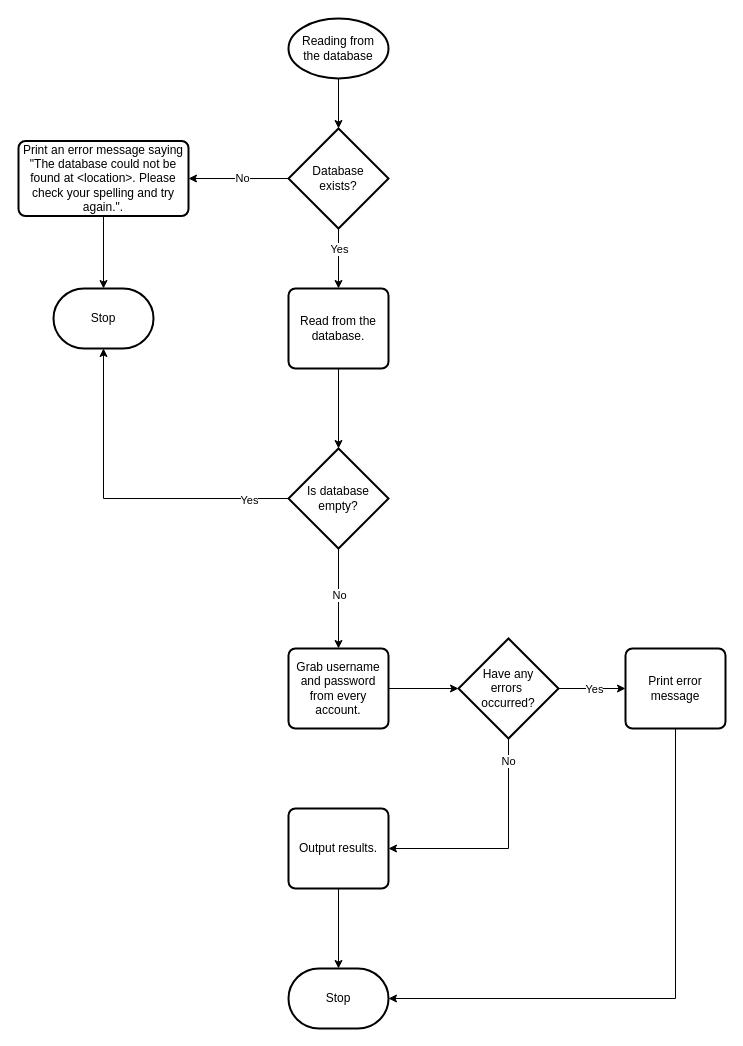
The draw.io diagram doc/design/database.drawio in gelos-team/gelos-simple-login, before the edit. Source tidied: cells renumbered, new cells numbered last; positions are measured from the earlier drawing's top-left corner, leaving out a move shared by most shapes. Both pictures are drawn from the tidied source at 100%, with x=0, y=0 at pixel (18, 18).
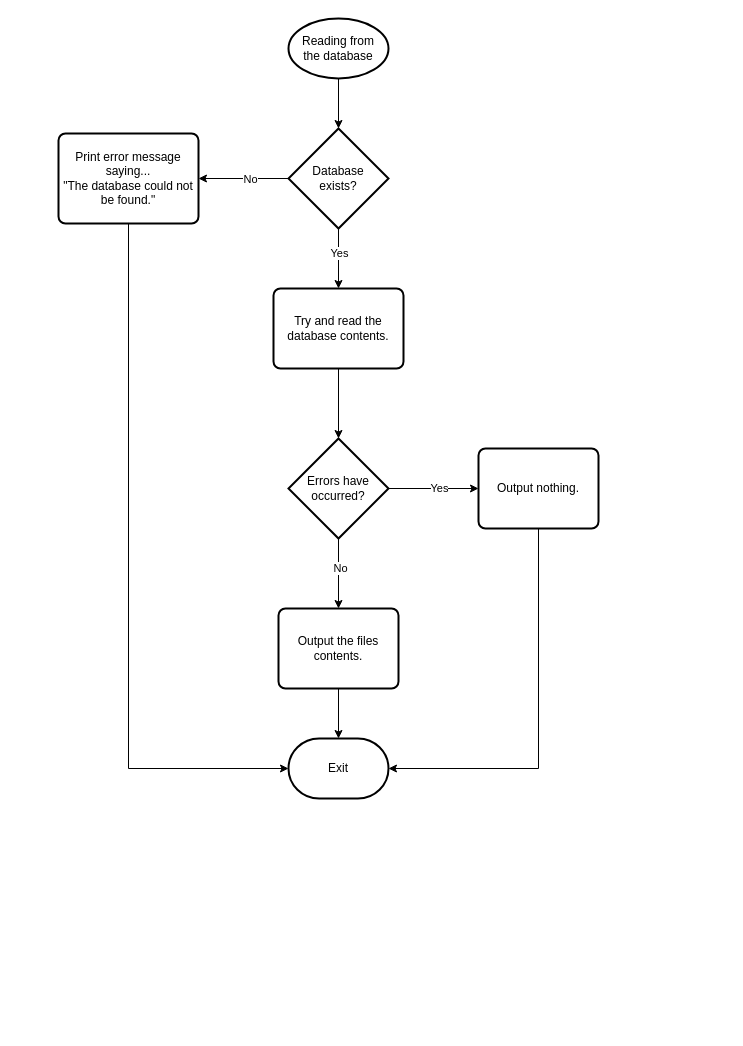
After the change.

Commit message (it also covers changes not shown here):
Modified the DatabaseManager class to read the database as regular text.

The change refers to these unchanged cells:
```xml
<mxCell id="7" value="Database&lt;div&gt;exists?&lt;/div&gt;" style="strokeWidth=2;html=1;shape=mxgraph.flowchart.decision;whiteSpace=wrap;" parent="1" vertex="1">
  <mxGeometry x="270" y="110" width="100" height="100" as="geometry" />
</mxCell>
```

Change to the diagram source:
```diff
@@
-    <mxCell id="3" style="edgeStyle=orthogonalEdgeStyle;rounded=0;jettySize=auto;html=1;exitX=0;exitY=0.5;exitDx=0;exitDy=0;exitPerimeter=0;entryX=1;entryY=0.5;entryDx=0;entryDy=0;" parent="1" edge="1" source="7" target="8">
-      <mxGeometry relative="1" as="geometry" />
-    </mxCell>
-    <mxCell id="4" value="No" style="edgeLabel;html=1;align=center;verticalAlign=middle;" parent="3" vertex="1">
-      <mxGeometry x="-0.06" y="-1" relative="1" as="geometry" />
-    </mxCell>
-    <mxCell id="5" style="edgeStyle=orthogonalEdgeStyle;rounded=0;jettySize=auto;html=1;exitX=0.5;exitY=1;exitDx=0;exitDy=0;exitPerimeter=0;entryX=0.5;entryY=0;entryDx=0;entryDy=0;" parent="1" edge="1" source="7" target="11">
-      <mxGeometry relative="1" as="geometry" />
-    </mxCell>
-    <mxCell id="6" value="Yes" style="edgeLabel;html=1;align=center;verticalAlign=middle;" parent="5" vertex="1">
-      <mxGeometry x="-0.33" y="-1" relative="1" as="geometry">
-        <mxPoint x="1" as="offset" />
-      </mxGeometry>
-    </mxCell>
+    <mxCell id="31" style="edgeStyle=orthogonalEdgeStyle;rounded=0;jettySize=auto;html=1;exitX=0;exitY=0.5;exitDx=0;exitDy=0;exitPerimeter=0;entryX=1;entryY=0.5;entryDx=0;entryDy=0;" parent="1" edge="1" source="7" target="35">
+      <mxGeometry relative="1" as="geometry" />
+    </mxCell>
+    <mxCell id="32" value="No" style="edgeLabel;html=1;align=center;verticalAlign=middle;" parent="31" vertex="1">
+      <mxGeometry x="-0.05" y="-1" relative="1" as="geometry">
+        <mxPoint x="4" y="1" as="offset" />
+      </mxGeometry>
+    </mxCell>
+    <mxCell id="33" style="edgeStyle=orthogonalEdgeStyle;rounded=0;jettySize=auto;html=1;exitX=0.5;exitY=1;exitDx=0;exitDy=0;exitPerimeter=0;entryX=0.5;entryY=0;entryDx=0;entryDy=0;" parent="1" edge="1" source="7" target="36">
+      <mxGeometry relative="1" as="geometry" />
+    </mxCell>
+    <mxCell id="34" value="Yes" style="edgeLabel;html=1;align=center;verticalAlign=middle;" parent="33" vertex="1">
+      <mxGeometry x="-0.21" y="-1" relative="1" as="geometry">
+        <mxPoint x="1" as="offset" />
+      </mxGeometry>
+    </mxCell>
@@
-    <mxCell id="8" value="Print an error message saying&lt;div&gt;&quot;The database could not be found at &amp;lt;location&amp;gt;. Please check your spelling and try again.&quot;.&lt;/div&gt;" style="rounded=1;whiteSpace=wrap;html=1;absoluteArcSize=1;arcSize=14;strokeWidth=2;" parent="1" vertex="1">
-      <mxGeometry y="122.5" width="170" height="75" as="geometry" />
-    </mxCell>
-    <mxCell id="9" value="Stop" style="strokeWidth=2;html=1;shape=mxgraph.flowchart.terminator;whiteSpace=wrap;" parent="1" vertex="1">
-      <mxGeometry x="35" y="270" width="100" height="60" as="geometry" />
-    </mxCell>
-    <mxCell id="10" style="edgeStyle=orthogonalEdgeStyle;rounded=0;jettySize=auto;html=1;exitX=0.5;exitY=1;exitDx=0;exitDy=0;entryX=0.5;entryY=0;entryDx=0;entryDy=0;entryPerimeter=0;" parent="1" edge="1" source="8" target="9">
-      <mxGeometry relative="1" as="geometry" />
-    </mxCell>
-    <mxCell id="11" value="Read from the&lt;div&gt;database.&lt;/div&gt;" style="rounded=1;whiteSpace=wrap;html=1;absoluteArcSize=1;arcSize=14;strokeWidth=2;" parent="1" vertex="1">
-      <mxGeometry x="270" y="270" width="100" height="80" as="geometry" />
-    </mxCell>
@@
-    <mxCell id="13" style="edgeStyle=orthogonalEdgeStyle;rounded=0;jettySize=auto;html=1;exitX=0.5;exitY=1;exitDx=0;exitDy=0;exitPerimeter=0;entryX=0.5;entryY=0;entryDx=0;entryDy=0;" parent="1" edge="1" source="15" target="19">
-      <mxGeometry relative="1" as="geometry" />
-    </mxCell>
-    <mxCell id="14" value="No" style="edgeLabel;html=1;align=center;verticalAlign=middle;" parent="13" vertex="1">
-      <mxGeometry x="-0.08" relative="1" as="geometry" />
-    </mxCell>
-    <mxCell id="15" value="Is database&lt;div&gt;empty?&lt;/div&gt;" style="strokeWidth=2;html=1;shape=mxgraph.flowchart.decision;whiteSpace=wrap;" parent="1" vertex="1">
-      <mxGeometry x="270" y="430" width="100" height="100" as="geometry" />
-    </mxCell>
-    <mxCell id="16" style="edgeStyle=orthogonalEdgeStyle;rounded=0;jettySize=auto;html=1;exitX=0;exitY=0.5;exitDx=0;exitDy=0;exitPerimeter=0;entryX=0.5;entryY=1;entryDx=0;entryDy=0;entryPerimeter=0;" parent="1" edge="1" source="15" target="9">
-      <mxGeometry relative="1" as="geometry" />
-    </mxCell>
-    <mxCell id="17" value="Yes" style="edgeLabel;html=1;align=center;verticalAlign=middle;" parent="16" vertex="1">
-      <mxGeometry x="-0.76" y="1" relative="1" as="geometry" />
-    </mxCell>
-    <mxCell id="18" style="edgeStyle=orthogonalEdgeStyle;rounded=0;jettySize=auto;html=1;exitX=0.5;exitY=1;exitDx=0;exitDy=0;entryX=0.5;entryY=0;entryDx=0;entryDy=0;entryPerimeter=0;" parent="1" edge="1" source="11" target="15">
-      <mxGeometry relative="1" as="geometry" />
-    </mxCell>
-    <mxCell id="19" value="Grab username and password from every account." style="rounded=1;whiteSpace=wrap;html=1;absoluteArcSize=1;arcSize=14;strokeWidth=2;" parent="1" vertex="1">
-      <mxGeometry x="270" y="630" width="100" height="80" as="geometry" />
-    </mxCell>
-    <mxCell id="20" style="edgeStyle=orthogonalEdgeStyle;rounded=0;jettySize=auto;html=1;exitX=0.5;exitY=1;exitDx=0;exitDy=0;exitPerimeter=0;entryX=1;entryY=0.5;entryDx=0;entryDy=0;" parent="1" edge="1" source="24" target="26">
-      <mxGeometry relative="1" as="geometry" />
-    </mxCell>
-    <mxCell id="21" value="No" style="edgeLabel;html=1;align=center;verticalAlign=middle;" parent="20" vertex="1">
-      <mxGeometry x="-0.81" y="-1" relative="1" as="geometry" />
-    </mxCell>
-    <mxCell id="22" style="edgeStyle=orthogonalEdgeStyle;rounded=0;jettySize=auto;html=1;exitX=1;exitY=0.5;exitDx=0;exitDy=0;exitPerimeter=0;entryX=0;entryY=0.5;entryDx=0;entryDy=0;" parent="1" edge="1" source="24" target="29">
-      <mxGeometry relative="1" as="geometry" />
-    </mxCell>
-    <mxCell id="23" value="Yes" style="edgeLabel;html=1;align=center;verticalAlign=middle;" parent="22" vertex="1">
-      <mxGeometry x="0.04" relative="1" as="geometry" />
-    </mxCell>
-    <mxCell id="24" value="Have any&lt;div&gt;errors&amp;nbsp;&lt;/div&gt;&lt;div&gt;occurred?&lt;/div&gt;" style="strokeWidth=2;html=1;shape=mxgraph.flowchart.decision;whiteSpace=wrap;" parent="1" vertex="1">
-      <mxGeometry x="440" y="620" width="100" height="100" as="geometry" />
-    </mxCell>
-    <mxCell id="25" style="edgeStyle=orthogonalEdgeStyle;rounded=0;jettySize=auto;html=1;exitX=1;exitY=0.5;exitDx=0;exitDy=0;entryX=0;entryY=0.5;entryDx=0;entryDy=0;entryPerimeter=0;" parent="1" edge="1" source="19" target="24">
-      <mxGeometry relative="1" as="geometry" />
-    </mxCell>
-    <mxCell id="26" value="Output results." style="rounded=1;whiteSpace=wrap;html=1;absoluteArcSize=1;arcSize=14;strokeWidth=2;" parent="1" vertex="1">
-      <mxGeometry x="270" y="790" width="100" height="80" as="geometry" />
-    </mxCell>
-    <mxCell id="27" value="Stop" style="strokeWidth=2;html=1;shape=mxgraph.flowchart.terminator;whiteSpace=wrap;" parent="1" vertex="1">
-      <mxGeometry x="270" y="950" width="100" height="60" as="geometry" />
-    </mxCell>
-    <mxCell id="28" style="edgeStyle=orthogonalEdgeStyle;rounded=0;jettySize=auto;html=1;exitX=0.5;exitY=1;exitDx=0;exitDy=0;entryX=0.5;entryY=0;entryDx=0;entryDy=0;entryPerimeter=0;" parent="1" edge="1" source="26" target="27">
-      <mxGeometry relative="1" as="geometry" />
-    </mxCell>
-    <mxCell id="29" value="Print error message" style="rounded=1;whiteSpace=wrap;html=1;absoluteArcSize=1;arcSize=14;strokeWidth=2;" parent="1" vertex="1">
-      <mxGeometry x="607" y="630" width="100" height="80" as="geometry" />
-    </mxCell>
-    <mxCell id="30" style="edgeStyle=orthogonalEdgeStyle;rounded=0;jettySize=auto;html=1;exitX=0.5;exitY=1;exitDx=0;exitDy=0;entryX=1;entryY=0.5;entryDx=0;entryDy=0;entryPerimeter=0;" parent="1" edge="1" source="29" target="27">
-      <mxGeometry relative="1" as="geometry" />
-    </mxCell>
+    <mxCell id="35" value="Print error message&lt;div&gt;saying...&lt;/div&gt;&lt;div&gt;&quot;The database could not be found.&quot;&lt;/div&gt;" style="rounded=1;whiteSpace=wrap;html=1;absoluteArcSize=1;arcSize=14;strokeWidth=2;" parent="1" vertex="1">
+      <mxGeometry x="40" y="115" width="140" height="90" as="geometry" />
+    </mxCell>
+    <mxCell id="36" value="Try and read the&lt;div&gt;database contents.&lt;/div&gt;" style="rounded=1;whiteSpace=wrap;html=1;absoluteArcSize=1;arcSize=14;strokeWidth=2;" parent="1" vertex="1">
+      <mxGeometry x="255" y="270" width="130" height="80" as="geometry" />
+    </mxCell>
+    <mxCell id="37" style="edgeStyle=orthogonalEdgeStyle;rounded=0;jettySize=auto;html=1;exitX=1;exitY=0.5;exitDx=0;exitDy=0;exitPerimeter=0;entryX=0;entryY=0.5;entryDx=0;entryDy=0;" parent="1" edge="1" source="41" target="43">
+      <mxGeometry relative="1" as="geometry" />
+    </mxCell>
+    <mxCell id="38" value="Yes" style="edgeLabel;html=1;align=center;verticalAlign=middle;" parent="37" vertex="1">
+      <mxGeometry x="0.12" y="1" relative="1" as="geometry" />
+    </mxCell>
+    <mxCell id="39" style="edgeStyle=orthogonalEdgeStyle;rounded=0;jettySize=auto;html=1;exitX=0.5;exitY=1;exitDx=0;exitDy=0;exitPerimeter=0;entryX=0.5;entryY=0;entryDx=0;entryDy=0;" parent="1" edge="1" source="41" target="44">
+      <mxGeometry relative="1" as="geometry" />
+    </mxCell>
+    <mxCell id="40" value="No" style="edgeLabel;html=1;align=center;verticalAlign=middle;" parent="39" vertex="1">
+      <mxGeometry x="-0.18" y="1" relative="1" as="geometry" />
+    </mxCell>
+    <mxCell id="41" value="Errors have&lt;div&gt;occurred?&lt;/div&gt;" style="strokeWidth=2;html=1;shape=mxgraph.flowchart.decision;whiteSpace=wrap;" parent="1" vertex="1">
+      <mxGeometry x="270" y="420" width="100" height="100" as="geometry" />
+    </mxCell>
+    <mxCell id="42" style="edgeStyle=orthogonalEdgeStyle;rounded=0;jettySize=auto;html=1;exitX=0.5;exitY=1;exitDx=0;exitDy=0;entryX=0.5;entryY=0;entryDx=0;entryDy=0;entryPerimeter=0;" parent="1" edge="1" source="36" target="41">
+      <mxGeometry relative="1" as="geometry" />
+    </mxCell>
+    <mxCell id="43" value="Output nothing." style="rounded=1;whiteSpace=wrap;html=1;absoluteArcSize=1;arcSize=14;strokeWidth=2;" parent="1" vertex="1">
+      <mxGeometry x="460" y="430" width="120" height="80" as="geometry" />
+    </mxCell>
+    <mxCell id="44" value="Output the files&lt;div&gt;contents.&lt;/div&gt;" style="rounded=1;whiteSpace=wrap;html=1;absoluteArcSize=1;arcSize=14;strokeWidth=2;" parent="1" vertex="1">
+      <mxGeometry x="260" y="590" width="120" height="80" as="geometry" />
+    </mxCell>
+    <mxCell id="45" value="Exit" style="strokeWidth=2;html=1;shape=mxgraph.flowchart.terminator;whiteSpace=wrap;" parent="1" vertex="1">
+      <mxGeometry x="270" y="720" width="100" height="60" as="geometry" />
+    </mxCell>
+    <mxCell id="46" style="edgeStyle=orthogonalEdgeStyle;rounded=0;jettySize=auto;html=1;exitX=0.5;exitY=1;exitDx=0;exitDy=0;entryX=0.5;entryY=0;entryDx=0;entryDy=0;entryPerimeter=0;" parent="1" edge="1" source="44" target="45">
+      <mxGeometry relative="1" as="geometry" />
+    </mxCell>
+    <mxCell id="47" style="edgeStyle=orthogonalEdgeStyle;rounded=0;jettySize=auto;html=1;exitX=0.5;exitY=1;exitDx=0;exitDy=0;entryX=1;entryY=0.5;entryDx=0;entryDy=0;entryPerimeter=0;" parent="1" edge="1" source="43" target="45">
+      <mxGeometry relative="1" as="geometry" />
+    </mxCell>
+    <mxCell id="48" style="edgeStyle=orthogonalEdgeStyle;rounded=0;jettySize=auto;html=1;exitX=0.5;exitY=1;exitDx=0;exitDy=0;entryX=0;entryY=0.5;entryDx=0;entryDy=0;entryPerimeter=0;" parent="1" edge="1" source="35" target="45">
+      <mxGeometry relative="1" as="geometry" />
+    </mxCell>
```
